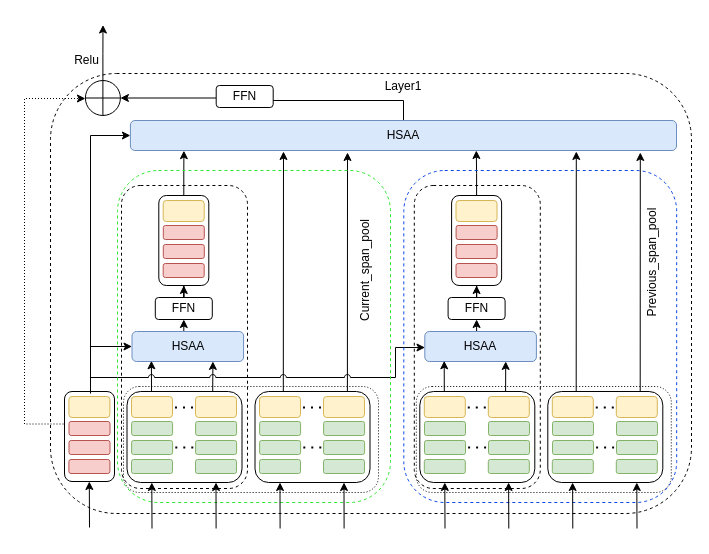
This is MyGNN_part.drawio from ZYNsama666/BackUp, a draw.io file, before an edit. Source tidied: cells renumbered, new cells numbered last; positions are measured from the earlier drawing's top-left corner, leaving out a move shared by most shapes. Both pictures are drawn from the tidied source at 100%, with x=0, y=0 at pixel (24, 25).
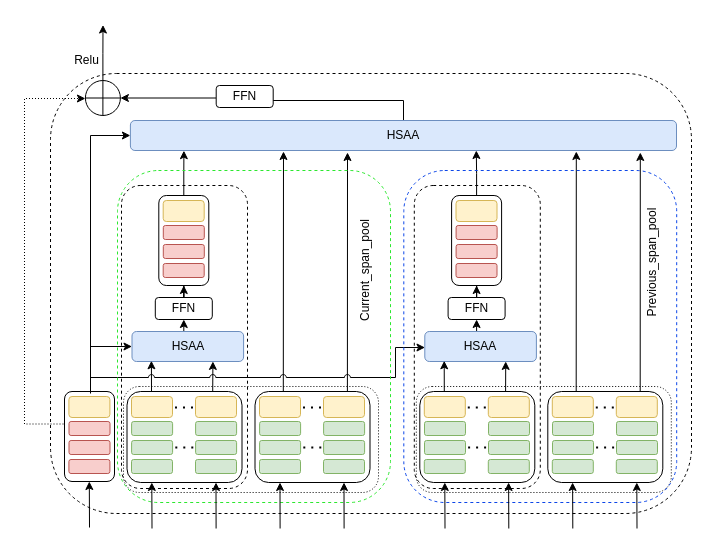
Above is the later version.

The edit, as a diff of the source:
```diff
@@
-    <mxCell id="22" value="Layer1" style="text;html=1;strokeColor=none;fillColor=none;align=center;verticalAlign=middle;whiteSpace=wrap;rounded=0;rotation=0;" parent="1" vertex="1">
-      <mxGeometry x="348.9" y="46" width="60" height="30" as="geometry" />
-    </mxCell>
```
